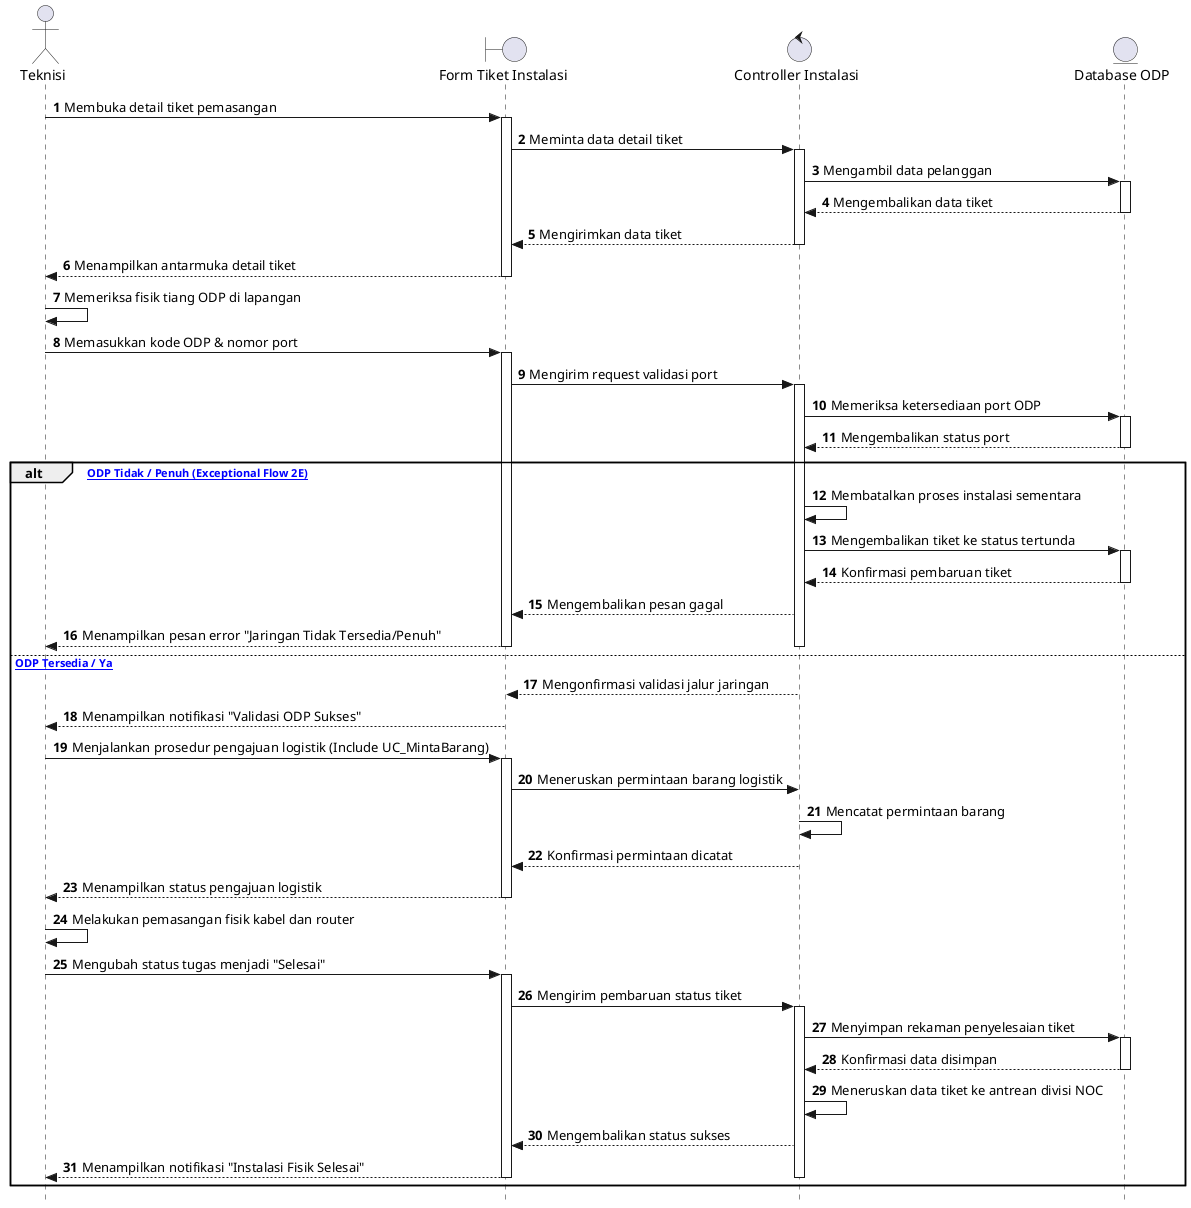
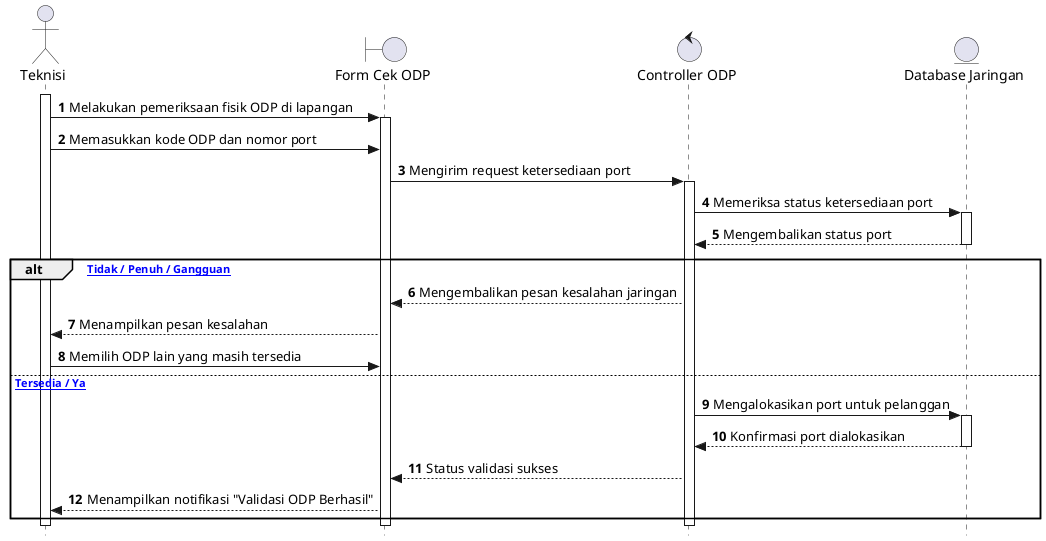
@startuml
autonumber
skinparam style strictuml

actor Teknisi
- boundary "Form Tiket Instalasi" as Form
- control "Controller Instalasi" as Ctrl
- entity "Database ODP" as DB
+ boundary "Form Cek ODP" as Form
+ control "Controller ODP" as Ctrl
+ entity "Database Jaringan" as DB

- Teknisi -> Form: Membuka detail tiket pemasangan
+ activate Teknisi
+ Teknisi -> Form: Melakukan pemeriksaan fisik ODP di lapangan
activate Form
- Form -> Ctrl: Meminta data detail tiket
+ Teknisi -> Form: Memasukkan kode ODP dan nomor port
+ Form -> Ctrl: Mengirim request ketersediaan port
activate Ctrl
- Ctrl -> DB: Mengambil data pelanggan
- activate DB
- DB --> Ctrl: Mengembalikan data tiket
- deactivate DB
- Ctrl --> Form: Mengirimkan data tiket
- deactivate Ctrl
- Form --> Teknisi: Menampilkan antarmuka detail tiket
- deactivate Form

- Teknisi -> Teknisi: Memeriksa fisik tiang ODP di lapangan
- 
- Teknisi -> Form: Memasukkan kode ODP & nomor port
- activate Form
- Form -> Ctrl: Mengirim request validasi port
- activate Ctrl
- Ctrl -> DB: Memeriksa ketersediaan port ODP
+ Ctrl -> DB: Memeriksa status ketersediaan port
activate DB
DB --> Ctrl: Mengembalikan status port
deactivate DB

- alt [Port ODP Tidak / Penuh (Exceptional Flow 2E)]
-     Ctrl -> Ctrl: Membatalkan proses instalasi sementara
-     Ctrl -> DB: Mengembalikan tiket ke status tertunda
+ alt [Port Tidak / Penuh / Gangguan]
+     Ctrl --> Form: Mengembalikan pesan kesalahan jaringan
+     Form --> Teknisi: Menampilkan pesan kesalahan
+     Teknisi -> Form: Memilih ODP lain yang masih tersedia
+ else [Port Tersedia / Ya]
+     Ctrl -> DB: Mengalokasikan port untuk pelanggan
    activate DB
-     DB --> Ctrl: Konfirmasi pembaruan tiket
+     DB --> Ctrl: Konfirmasi port dialokasikan
    deactivate DB
-     Ctrl --> Form: Mengembalikan pesan gagal
-     Form --> Teknisi: Menampilkan pesan error "Jaringan Tidak Tersedia/Penuh"
-     deactivate Ctrl
-     deactivate Form
- else [Port ODP Tersedia / Ya]
-     ' BARIS ACTIVATE DI SINI SUDAH DIHAPUS KARENA STATUSNYA MASIH AKTIF
-     Ctrl --> Form: Mengonfirmasi validasi jalur jaringan
-     Form --> Teknisi: Menampilkan notifikasi "Validasi ODP Sukses"
-     deactivate Form
- 
-     ' Interaksi diperbaiki: Teknisi berinteraksi lewat Form, bukan langsung ke Ctrl
-     Teknisi -> Form: Menjalankan prosedur pengajuan logistik (Include UC_MintaBarang)
-     activate Form
-     Form -> Ctrl: Meneruskan permintaan barang logistik
-     Ctrl -> Ctrl: Mencatat permintaan barang
-     Ctrl --> Form: Konfirmasi permintaan dicatat
-     deactivate Ctrl
-     Form --> Teknisi: Menampilkan status pengajuan logistik
-     deactivate Form
- 
-     Teknisi -> Teknisi: Melakukan pemasangan fisik kabel dan router
- 
-     Teknisi -> Form: Mengubah status tugas menjadi "Selesai"
-     activate Form
-     Form -> Ctrl: Mengirim pembaruan status tiket
-     activate Ctrl
-     Ctrl -> DB: Menyimpan rekaman penyelesaian tiket
-     activate DB
-     DB --> Ctrl: Konfirmasi data disimpan
-     deactivate DB
-     Ctrl -> Ctrl: Meneruskan data tiket ke antrean divisi NOC
-     Ctrl --> Form: Mengembalikan status sukses
-     Form --> Teknisi: Menampilkan notifikasi "Instalasi Fisik Selesai"
-     deactivate Ctrl
-     deactivate Form
+     Ctrl --> Form: Status validasi sukses
+     Form --> Teknisi: Menampilkan notifikasi "Validasi ODP Berhasil"
end

+ deactivate Ctrl
+ deactivate Form
+ deactivate Teknisi
@enduml